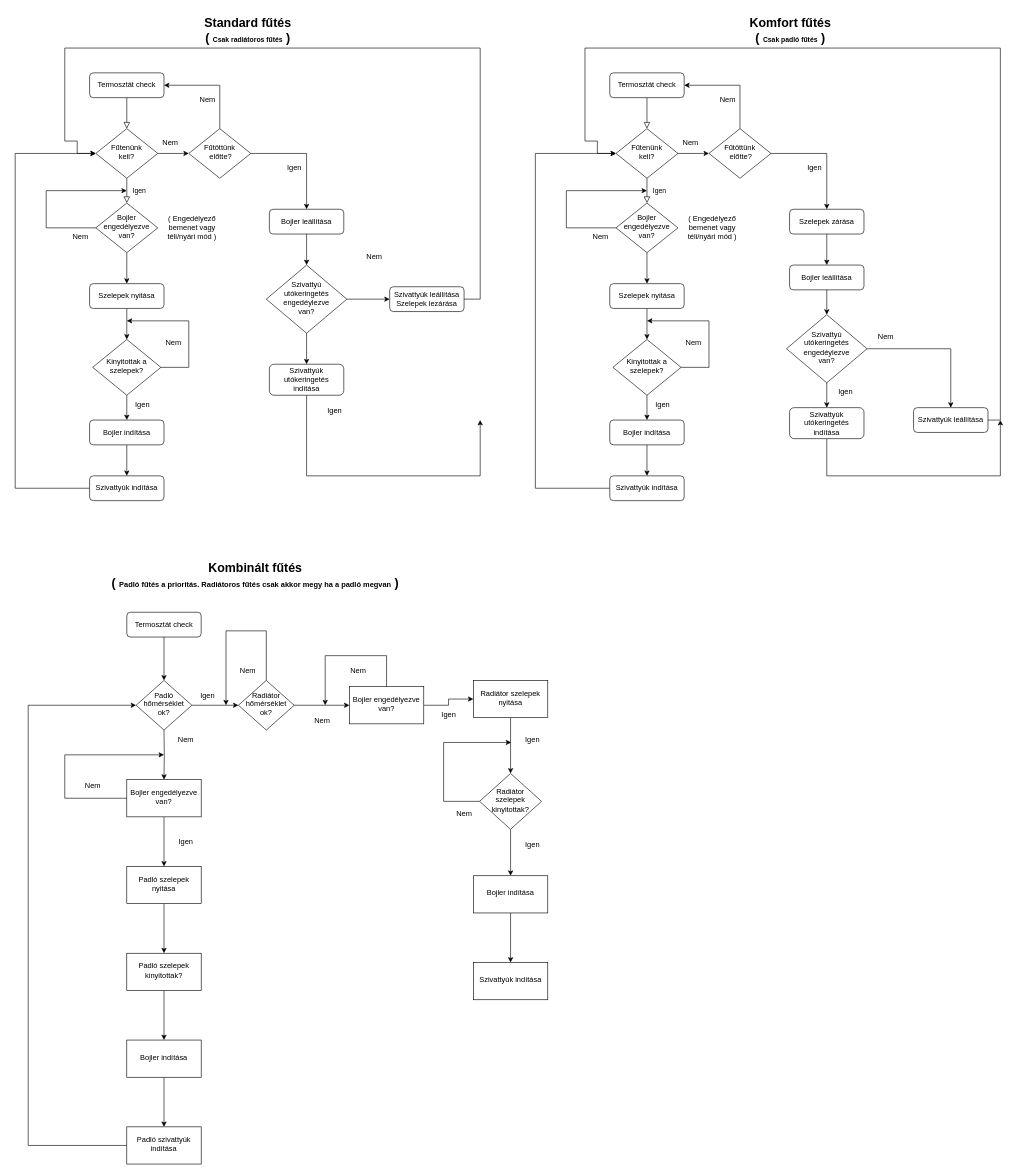
zekageri/DrawIO keeps this draw.io diagram as Megnevezetlen diagram.drawio. Above is the earlier version. Source tidied: cells renumbered, new cells numbered last; positions are measured from the earlier drawing's top-left corner, leaving out a move shared by most shapes. Both pictures are drawn from the tidied source at 62%, with x=0, y=0 at pixel (15, 11).
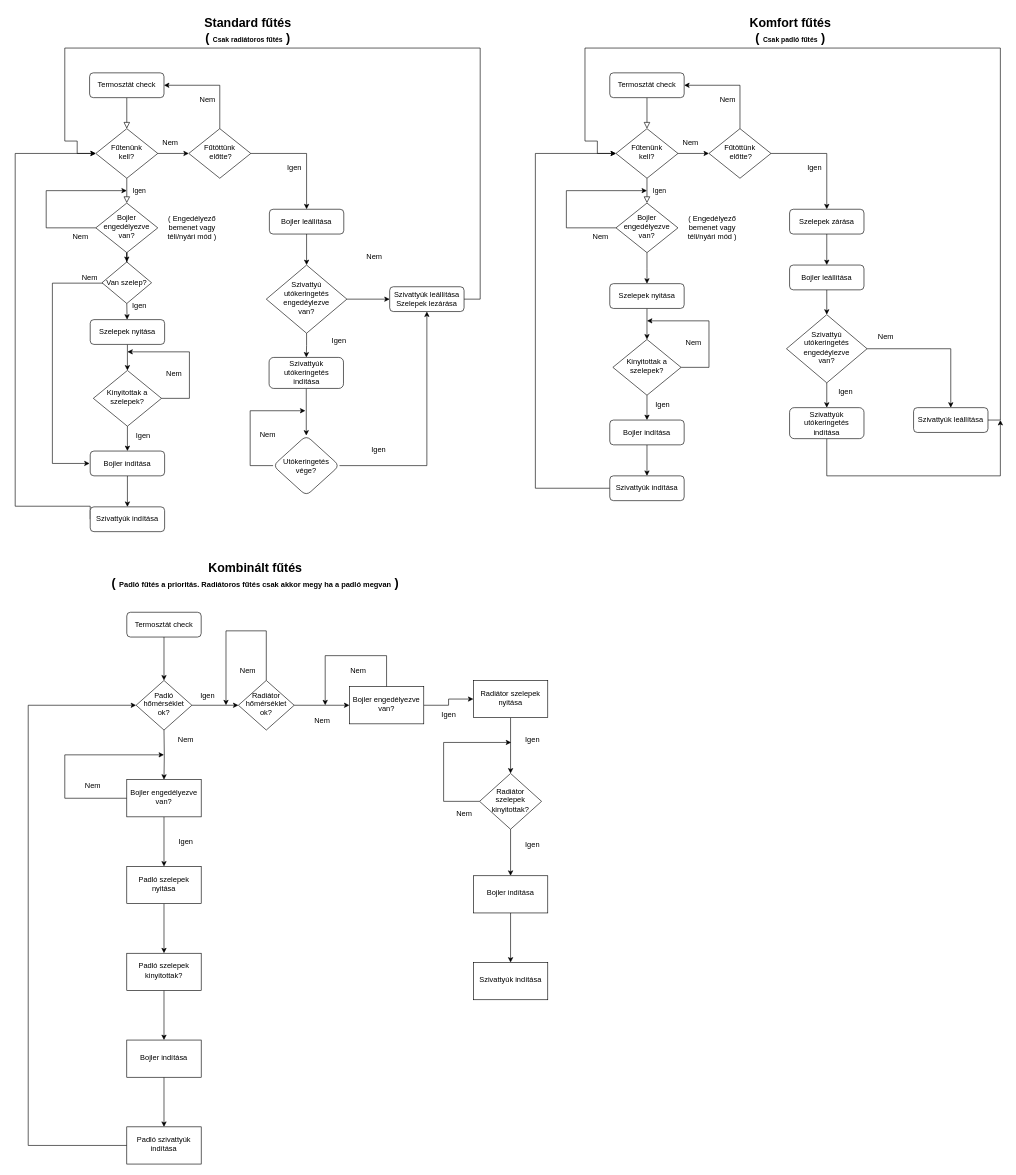
The same diagram, later.

Unchanged cells that the change refers to:
```xml
<mxCell id="8" value="Fűtenünk&lt;br&gt;kell?" style="rhombus;whiteSpace=wrap;html=1;shadow=0;fontFamily=Helvetica;fontSize=12;align=center;strokeWidth=1;spacing=6;spacingTop=-4;" parent="1" vertex="1">
  <mxGeometry x="130" y="190" width="100" height="80" as="geometry" />
</mxCell>
<mxCell id="10" value="Bojler&lt;br&gt;engedélyezve van?" style="rhombus;whiteSpace=wrap;html=1;shadow=0;fontFamily=Helvetica;fontSize=12;align=center;strokeWidth=1;spacing=6;spacingTop=-4;" parent="1" vertex="1">
  <mxGeometry x="130" y="310" width="100" height="80" as="geometry" />
</mxCell>
<mxCell id="39" value="Szivattyúk leállítása&lt;br&gt;Szelepek lezárása" style="rounded=1;whiteSpace=wrap;html=1;fontSize=12;glass=0;strokeWidth=1;shadow=0;" parent="1" vertex="1">
  <mxGeometry x="604" y="445" width="120" height="40" as="geometry" />
</mxCell>
```

Change to the diagram source:
```diff
@@
-    <mxCell id="9" style="edgeStyle=orthogonalEdgeStyle;rounded=0;jettySize=auto;html=1;" parent="1" edge="1" source="10">
-      <mxGeometry relative="1" as="geometry">
-        <mxPoint x="180" y="440" as="targetPoint" />
-      </mxGeometry>
-    </mxCell>
+    <mxCell id="124" style="edgeStyle=orthogonalEdgeStyle;rounded=0;jettySize=auto;html=1;" parent="1" edge="1" source="10" target="132">
+      <mxGeometry relative="1" as="geometry" />
+    </mxCell>
@@
     <mxCell id="12" value="Szelepek nyitása" style="rounded=1;whiteSpace=wrap;html=1;fontSize=12;glass=0;strokeWidth=1;shadow=0;" parent="1" vertex="1">
-      <mxGeometry x="120" y="440" width="120" height="40" as="geometry" />
+      <mxGeometry x="121" y="498" width="120" height="40" as="geometry" />
     </mxCell>
@@
     <mxCell id="16" value="Kinyitottak a szelepek?" style="rhombus;whiteSpace=wrap;html=1;shadow=0;fontFamily=Helvetica;fontSize=12;align=center;strokeWidth=1;spacing=6;spacingTop=-4;" parent="1" vertex="1">
-      <mxGeometry x="125" y="530" width="110" height="90" as="geometry" />
+      <mxGeometry x="126" y="580" width="110" height="90" as="geometry" />
     </mxCell>
     <mxCell id="17" style="endArrow=classic;html=1;rounded=0;exitX=1;exitY=0.5;exitDx=0;exitDy=0;" parent="1" edge="1" source="16">
       <mxGeometry relative="1" as="geometry">
-        <mxPoint x="180" y="500" as="targetPoint" />
+        <mxPoint x="181" y="550" as="targetPoint" />
         <Array as="points">
-          <mxPoint x="280" y="575" />
-          <mxPoint x="280" y="500" />
+          <mxPoint x="281" y="625" />
+          <mxPoint x="281" y="550" />
         </Array>
       </mxGeometry>
     </mxCell>
     <mxCell id="18" value="Nem" style="text;html=1;align=center;verticalAlign=middle;strokeColor=none;fillColor=none;" parent="1" vertex="1">
-      <mxGeometry x="230" y="520" width="50" height="30" as="geometry" />
+      <mxGeometry x="231" y="570" width="50" height="30" as="geometry" />
     </mxCell>
-    <mxCell id="19" style="edgeStyle=orthogonalEdgeStyle;rounded=0;jettySize=auto;html=1;entryX=0;entryY=0.5;entryDx=0;entryDy=0;" parent="1" edge="1" source="20" target="8">
+    <mxCell id="19" style="edgeStyle=orthogonalEdgeStyle;rounded=0;jettySize=auto;html=1;entryX=0;entryY=0.5;entryDx=0;entryDy=0;exitX=0;exitY=0.5;exitDx=0;exitDy=0;" parent="1" edge="1" source="20" target="8">
       <mxGeometry relative="1" as="geometry">
         <Array as="points">
-          <mxPoint y="770" />
+          <mxPoint y="799" />
           <mxPoint y="230" />
         </Array>
       </mxGeometry>
     </mxCell>
     <mxCell id="20" value="Szivattyúk indítása" style="rounded=1;whiteSpace=wrap;html=1;fontSize=12;glass=0;strokeWidth=1;shadow=0;" parent="1" vertex="1">
-      <mxGeometry x="120" y="750" width="120" height="40" as="geometry" />
+      <mxGeometry x="121" y="800" width="120" height="40" as="geometry" />
     </mxCell>
     <mxCell id="21" value="Igen" style="text;html=1;align=center;verticalAlign=middle;strokeColor=none;fillColor=none;" parent="1" vertex="1">
-      <mxGeometry x="180" y="620" width="50" height="30" as="geometry" />
+      <mxGeometry x="181" y="670" width="50" height="30" as="geometry" />
     </mxCell>
@@
     <mxCell id="30" value="Bojler indítása" style="rounded=1;whiteSpace=wrap;html=1;fontSize=12;glass=0;strokeWidth=1;shadow=0;" parent="1" vertex="1">
-      <mxGeometry x="120" y="660" width="120" height="40" as="geometry" />
+      <mxGeometry x="121" y="710" width="120" height="40" as="geometry" />
     </mxCell>
@@
-    <mxCell id="36" style="edgeStyle=orthogonalEdgeStyle;rounded=0;jettySize=auto;html=1;" parent="1" edge="1" source="37">
-      <mxGeometry relative="1" as="geometry">
-        <mxPoint x="750" y="660" as="targetPoint" />
-        <Array as="points">
-          <mxPoint x="470" y="750" />
-          <mxPoint x="750" y="750" />
-        </Array>
-      </mxGeometry>
-    </mxCell>
+    <mxCell id="125" style="edgeStyle=orthogonalEdgeStyle;rounded=0;jettySize=auto;html=1;" parent="1" edge="1" source="37" target="128">
+      <mxGeometry relative="1" as="geometry" />
+    </mxCell>
     <mxCell id="37" value="Szivattyúk utókeringetés&lt;br&gt;indítása" style="rounded=1;whiteSpace=wrap;html=1;fontSize=12;glass=0;strokeWidth=1;shadow=0;" parent="1" vertex="1">
-      <mxGeometry x="410" y="570" width="120" height="50" as="geometry" />
+      <mxGeometry x="409.5" y="559" width="120" height="50" as="geometry" />
     </mxCell>
@@
     <mxCell id="40" value="Igen" style="text;html=1;align=center;verticalAlign=middle;strokeColor=none;fillColor=none;" parent="1" vertex="1">
-      <mxGeometry x="490" y="630" width="50" height="30" as="geometry" />
+      <mxGeometry x="497" y="517" width="50" height="30" as="geometry" />
     </mxCell>
@@
+    <mxCell id="126" style="edgeStyle=orthogonalEdgeStyle;rounded=0;jettySize=auto;html=1;entryX=0.5;entryY=1;entryDx=0;entryDy=0;" parent="1" edge="1" source="128" target="39">
+      <mxGeometry relative="1" as="geometry" />
+    </mxCell>
+    <mxCell id="127" style="edgeStyle=orthogonalEdgeStyle;rounded=0;jettySize=auto;html=1;" parent="1" edge="1" source="128">
+      <mxGeometry relative="1" as="geometry">
+        <mxPoint x="468" y="645" as="targetPoint" />
+        <Array as="points">
+          <mxPoint x="379" y="734" />
+          <mxPoint x="379" y="645" />
+        </Array>
+      </mxGeometry>
+    </mxCell>
+    <mxCell id="128" value="Utókeringetés vége?" style="rhombus;whiteSpace=wrap;html=1;rounded=1;glass=0;strokeWidth=1;shadow=0;" parent="1" vertex="1">
+      <mxGeometry x="416" y="685" width="107" height="97" as="geometry" />
+    </mxCell>
+    <mxCell id="129" value="Igen" style="text;html=1;align=center;verticalAlign=middle;strokeColor=none;fillColor=none;" parent="1" vertex="1">
+      <mxGeometry x="561" y="693" width="50" height="30" as="geometry" />
+    </mxCell>
+    <mxCell id="130" value="Nem" style="text;html=1;align=center;verticalAlign=middle;strokeColor=none;fillColor=none;" parent="1" vertex="1">
+      <mxGeometry x="385" y="670" width="44" height="27" as="geometry" />
+    </mxCell>
+    <mxCell id="131" style="edgeStyle=orthogonalEdgeStyle;rounded=0;orthogonalLoop=1;jettySize=auto;html=1;" parent="1" edge="1">
+      <mxGeometry relative="1" as="geometry">
+        <mxPoint x="175" y="439.2" as="sourcePoint" />
+        <mxPoint x="120" y="730" as="targetPoint" />
+        <Array as="points">
+          <mxPoint x="60" y="438.7" />
+          <mxPoint x="60" y="730.7" />
+        </Array>
+      </mxGeometry>
+    </mxCell>
+    <mxCell id="132" value="Van szelep?" style="rhombus;whiteSpace=wrap;html=1;" parent="1" vertex="1">
+      <mxGeometry x="140" y="405" width="80" height="67" as="geometry" />
+    </mxCell>
+    <mxCell id="133" style="endArrow=classic;html=1;rounded=0;exitX=0.5;exitY=1;exitDx=0;exitDy=0;entryX=0.5;entryY=0;entryDx=0;entryDy=0;" parent="1" edge="1" source="132">
+      <mxGeometry relative="1" as="geometry">
+        <mxPoint x="180.5" y="498" as="targetPoint" />
+      </mxGeometry>
+    </mxCell>
+    <mxCell id="134" value="Nem" style="text;html=1;align=center;verticalAlign=middle;strokeColor=none;fillColor=none;" parent="1" vertex="1">
+      <mxGeometry x="95" y="415" width="50" height="30" as="geometry" />
+    </mxCell>
+    <mxCell id="135" value="Igen" style="text;html=1;align=center;verticalAlign=middle;strokeColor=none;fillColor=none;" parent="1" vertex="1">
+      <mxGeometry x="175" y="460" width="50" height="30" as="geometry" />
+    </mxCell>
```
